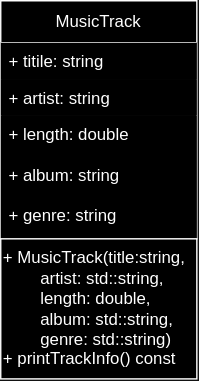
Before: drawio/UML MusicTrack.drawio.svg, a diagram exported from draw.io (at1et/OOP). Source tidied: cells renumbered, new cells last; positions are measured from the earlier drawing's top-left corner, leaving out a move shared by most shapes. Source of this version:
```xml
<mxGraphModel>
  <root>
    <mxCell id="0" />
    <mxCell id="1" parent="0" />
    <mxCell id="2" value="MusicTrack" style="swimlane;fontStyle=0;horizontal=1;startSize=30;fillColor=default;whiteSpace=wrap;html=1;" parent="1" vertex="1">
      <mxGeometry width="140" height="170" as="geometry" />
    </mxCell>
    <mxCell id="3" value="+ titile: string" style="text;strokeColor=none;fillColor=default;align=left;verticalAlign=top;spacingLeft=4;spacingRight=4;overflow=hidden;whiteSpace=wrap;html=1;" parent="2" vertex="1">
      <mxGeometry y="30" width="140" height="26" as="geometry" />
    </mxCell>
    <mxCell id="4" value="+ artist: string" style="text;strokeColor=none;fillColor=default;align=left;verticalAlign=top;spacingLeft=4;spacingRight=4;overflow=hidden;whiteSpace=wrap;html=1;" parent="2" vertex="1">
      <mxGeometry y="56" width="140" height="26" as="geometry" />
    </mxCell>
    <mxCell id="5" value="+ length: double&lt;br&gt;&amp;nbsp;&lt;br&gt;+ album: string&lt;br&gt;&lt;br&gt;+ genre: string" style="text;strokeColor=none;fillColor=default;align=left;verticalAlign=top;spacingLeft=4;spacingRight=4;overflow=hidden;whiteSpace=wrap;html=1;" parent="2" vertex="1">
      <mxGeometry y="82" width="140" height="88" as="geometry" />
    </mxCell>
    <mxCell id="6" value="&lt;div&gt;+ MusicTrack(title:string,&amp;nbsp; &amp;nbsp;&lt;span style=&quot;background-color: initial;&quot;&gt;&amp;nbsp;&lt;span style=&quot;white-space: pre;&quot;&gt;&#9;&lt;/span&gt;artist: std::string,&amp;nbsp;&lt;/span&gt;&lt;/div&gt;&lt;div&gt;&lt;span style=&quot;white-space: pre;&quot;&gt;&#9;&lt;/span&gt;length: double,&amp;nbsp; &amp;nbsp; &amp;nbsp; &amp;nbsp;&lt;/div&gt;&lt;div&gt;&lt;span style=&quot;white-space: pre;&quot;&gt;&#9;&lt;/span&gt;album: std::string,&amp;nbsp; &amp;nbsp;&amp;nbsp;&lt;/div&gt;&lt;div&gt;&amp;nbsp;&lt;span style=&quot;white-space: pre;&quot;&gt;&#9;&lt;/span&gt;genre: std::string)&amp;nbsp; &amp;nbsp;&lt;/div&gt;&lt;div&gt;+ printTrackInfo() const&amp;nbsp;&amp;nbsp;&lt;/div&gt;" style="rounded=0;whiteSpace=wrap;html=1;align=left;" parent="1" vertex="1">
      <mxGeometry y="170" width="140" height="100" as="geometry" />
    </mxCell>
  </root>
</mxGraphModel>
```
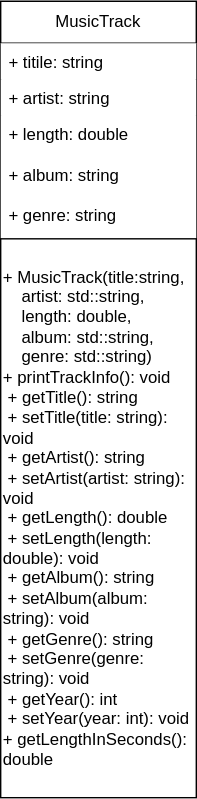
The same file after the commit.

Change to the diagram source:
```diff
@@ -14,8 +14,8 @@
     <mxCell id="5" value="+ length: double&lt;br&gt;&amp;nbsp;&lt;br&gt;+ album: string&lt;br&gt;&lt;br&gt;+ genre: string" style="text;strokeColor=none;fillColor=default;align=left;verticalAlign=top;spacingLeft=4;spacingRight=4;overflow=hidden;whiteSpace=wrap;html=1;" parent="2" vertex="1">
       <mxGeometry y="82" width="140" height="88" as="geometry" />
     </mxCell>
-    <mxCell id="6" value="&lt;div&gt;+ MusicTrack(title:string,&amp;nbsp; &amp;nbsp;&lt;span style=&quot;background-color: initial;&quot;&gt;&amp;nbsp;&lt;span style=&quot;white-space: pre;&quot;&gt;&#9;&lt;/span&gt;artist: std::string,&amp;nbsp;&lt;/span&gt;&lt;/div&gt;&lt;div&gt;&lt;span style=&quot;white-space: pre;&quot;&gt;&#9;&lt;/span&gt;length: double,&amp;nbsp; &amp;nbsp; &amp;nbsp; &amp;nbsp;&lt;/div&gt;&lt;div&gt;&lt;span style=&quot;white-space: pre;&quot;&gt;&#9;&lt;/span&gt;album: std::string,&amp;nbsp; &amp;nbsp;&amp;nbsp;&lt;/div&gt;&lt;div&gt;&amp;nbsp;&lt;span style=&quot;white-space: pre;&quot;&gt;&#9;&lt;/span&gt;genre: std::string)&amp;nbsp; &amp;nbsp;&lt;/div&gt;&lt;div&gt;+ printTrackInfo() const&amp;nbsp;&amp;nbsp;&lt;/div&gt;" style="rounded=0;whiteSpace=wrap;html=1;align=left;" parent="1" vertex="1">
-      <mxGeometry y="170" width="140" height="100" as="geometry" />
+    <mxCell id="6" value="&lt;div&gt;+ MusicTrack(title:string,&amp;nbsp; &amp;nbsp;&lt;span style=&quot;background-color: initial;&quot;&gt;&amp;nbsp;&lt;span style=&quot;&quot;&gt;&lt;span style=&quot;white-space: pre;&quot;&gt;&amp;nbsp;&amp;nbsp;&lt;/span&gt;&lt;/span&gt;artist: std::string,&amp;nbsp;&lt;/span&gt;&lt;/div&gt;&lt;div&gt;&lt;span style=&quot;&quot;&gt;&lt;span style=&quot;white-space: pre;&quot;&gt;&amp;nbsp;&amp;nbsp;&amp;nbsp;&amp;nbsp;&lt;/span&gt;&lt;/span&gt;length: double,&amp;nbsp; &amp;nbsp; &amp;nbsp; &amp;nbsp;&lt;/div&gt;&lt;div&gt;&lt;span style=&quot;&quot;&gt;&lt;span style=&quot;white-space: pre;&quot;&gt;&amp;nbsp;&amp;nbsp;&amp;nbsp;&amp;nbsp;&lt;/span&gt;&lt;/span&gt;album: std::string,&amp;nbsp; &amp;nbsp;&amp;nbsp;&lt;/div&gt;&lt;div&gt;&amp;nbsp;&lt;span style=&quot;&quot;&gt;&lt;span style=&quot;white-space: pre;&quot;&gt;&amp;nbsp;&amp;nbsp;&amp;nbsp;&lt;/span&gt;&lt;/span&gt;genre: std::string)&amp;nbsp; &amp;nbsp;&lt;/div&gt;&lt;div&gt;+ printTrackInfo(): void&amp;nbsp;&lt;br&gt;&amp;nbsp;+ getTitle(): string&amp;nbsp;&lt;br&gt;&amp;nbsp;+ setTitle(title: string): void&amp;nbsp;&lt;br&gt;&amp;nbsp;+ getArtist(): string&amp;nbsp;&lt;br&gt;&amp;nbsp;+ setArtist(artist: string): void&amp;nbsp;&lt;br&gt;&amp;nbsp;+ getLength(): double&amp;nbsp;&lt;br&gt;&amp;nbsp;+ setLength(length: double): void&amp;nbsp;&lt;br&gt;&amp;nbsp;+ getAlbum(): string&amp;nbsp;&lt;br&gt;&amp;nbsp;+ setAlbum(album: string): void&amp;nbsp;&lt;br&gt;&amp;nbsp;+ getGenre(): string&amp;nbsp;&lt;br&gt;&amp;nbsp;+ setGenre(genre: string): void&amp;nbsp;&lt;br&gt;&amp;nbsp;+ getYear(): int&amp;nbsp;&lt;br&gt;&amp;nbsp;+ setYear(year: int): void&amp;nbsp;&lt;br&gt;+ getLengthInSeconds(): double&amp;nbsp;&amp;nbsp;&lt;/div&gt;" style="rounded=0;whiteSpace=wrap;html=1;align=left;" parent="1" vertex="1">
+      <mxGeometry y="170" width="140" height="400" as="geometry" />
     </mxCell>
   </root>
 </mxGraphModel>
```
